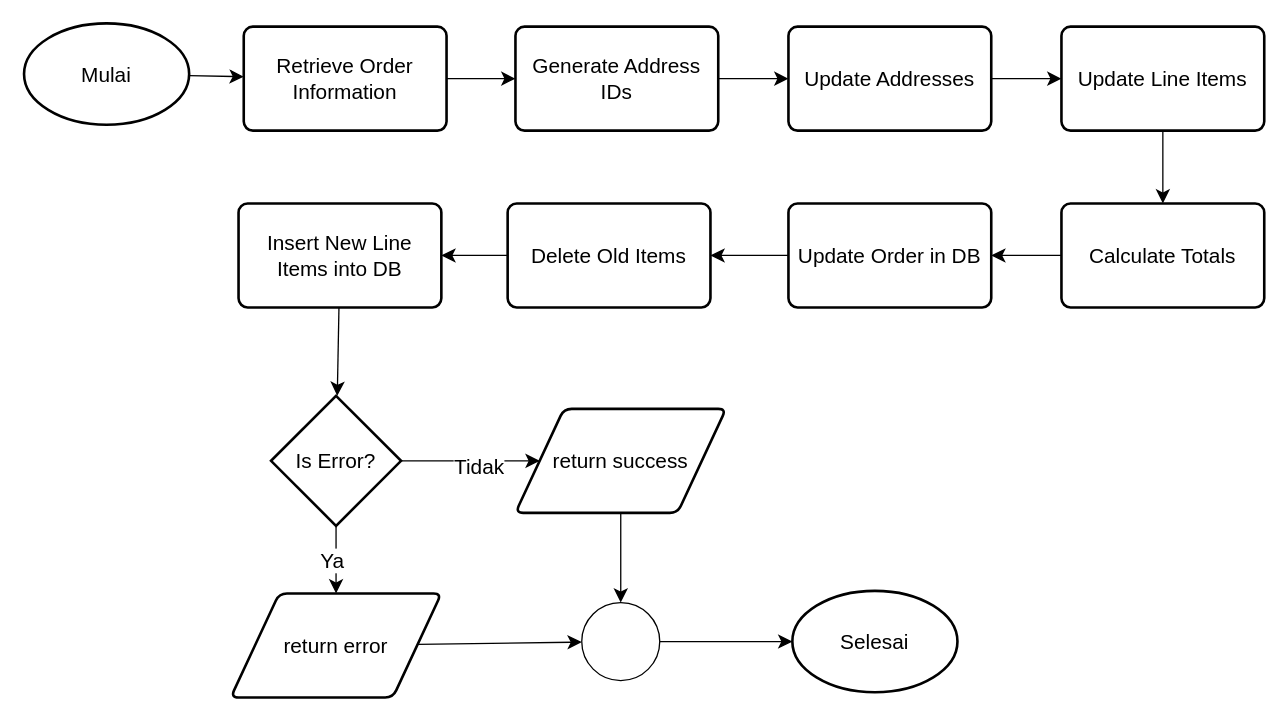
This is page "Page-9" (9 of 10) of problem_1/Untitled Diagram.drawio from Yoga3911/alterra_section_15, a draw.io file, before an edit. Source tidied: cells renumbered, new cells numbered last; positions are measured from the earlier drawing's top-left corner, leaving out a move shared by most shapes. Both pictures are drawn from the tidied source at 130%, with x=0, y=0 at pixel (23, 22).
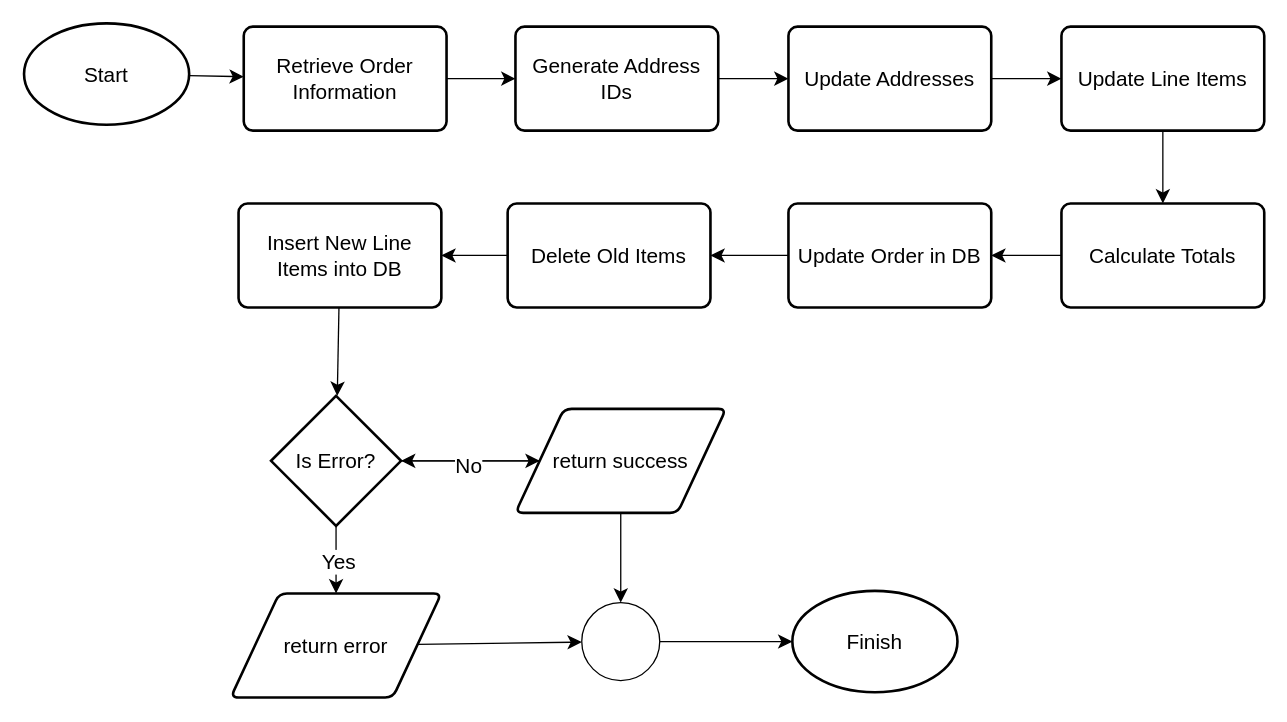
The same diagram, later.

The change refers to these unchanged cells:
```xml
<mxCell id="17" style="edgeStyle=none;curved=1;rounded=0;jettySize=auto;html=1;fontSize=12;startSize=8;endSize=8;" parent="1" edge="1" source="21" target="23">
  <mxGeometry relative="1" as="geometry" />
</mxCell>
<mxCell id="19" style="edgeStyle=none;curved=1;rounded=0;jettySize=auto;html=1;fontSize=12;startSize=8;endSize=8;" parent="1" edge="1" source="21" target="25">
  <mxGeometry relative="1" as="geometry" />
</mxCell>
<mxCell id="21" value="Is Error?" style="strokeWidth=2;html=1;shape=mxgraph.flowchart.decision;whiteSpace=wrap;fontSize=16;" parent="1" vertex="1">
  <mxGeometry x="190" y="287" width="100" height="100" as="geometry" />
</mxCell>
<mxCell id="23" value="return success" style="shape=parallelogram;html=1;strokeWidth=2;perimeter=parallelogramPerimeter;whiteSpace=wrap;rounded=1;arcSize=12;size=0.23;fontSize=16;" parent="1" vertex="1">
  <mxGeometry x="378" y="297" width="162" height="80" as="geometry" />
</mxCell>
```

Diff of the diagram source:
```diff
@@
-    <mxCell id="3" value="Mulai" style="strokeWidth=2;html=1;shape=mxgraph.flowchart.start_1;whiteSpace=wrap;fontSize=16;" parent="1" vertex="1">
+    <mxCell id="3" value="Start" style="strokeWidth=2;html=1;shape=mxgraph.flowchart.start_1;whiteSpace=wrap;fontSize=16;" parent="1" vertex="1">
       <mxGeometry y="0.5" width="127" height="78" as="geometry" />
     </mxCell>
@@
-    <mxCell id="6" value="Selesai" style="strokeWidth=2;html=1;shape=mxgraph.flowchart.start_1;whiteSpace=wrap;fontSize=16;" parent="1" vertex="1">
+    <mxCell id="6" value="Finish" style="strokeWidth=2;html=1;shape=mxgraph.flowchart.start_1;whiteSpace=wrap;fontSize=16;" parent="1" vertex="1">
       <mxGeometry x="591" y="437" width="127" height="78" as="geometry" />
     </mxCell>
@@
-    <mxCell id="18" value="Tidak" style="edgeLabel;html=1;align=center;verticalAlign=middle;fontSize=16;" parent="17" vertex="1">
-      <mxGeometry x="0.11" y="-4" relative="1" as="geometry" />
-    </mxCell>
@@
-    <mxCell id="20" value="Ya" style="edgeLabel;html=1;align=center;verticalAlign=middle;fontSize=16;" parent="19" vertex="1">
-      <mxGeometry x="0.02" y="-4" relative="1" as="geometry">
-        <mxPoint y="-1" as="offset" />
-      </mxGeometry>
-    </mxCell>
+    <mxCell id="32" value="Yes" style="edgeLabel;html=1;align=center;verticalAlign=middle;fontSize=16;" parent="19" vertex="1">
+      <mxGeometry x="0.03" y="1" relative="1" as="geometry" />
+    </mxCell>
@@
+    <mxCell id="33" style="edgeStyle=none;curved=1;rounded=0;jettySize=auto;html=1;fontSize=12;startSize=8;endSize=8;" parent="1" edge="1" source="23" target="21">
+      <mxGeometry relative="1" as="geometry" />
+    </mxCell>
+    <mxCell id="34" value="No" style="edgeLabel;html=1;align=center;verticalAlign=middle;fontSize=16;" parent="33" vertex="1">
+      <mxGeometry x="0.03" y="3" relative="1" as="geometry" />
+    </mxCell>
```
